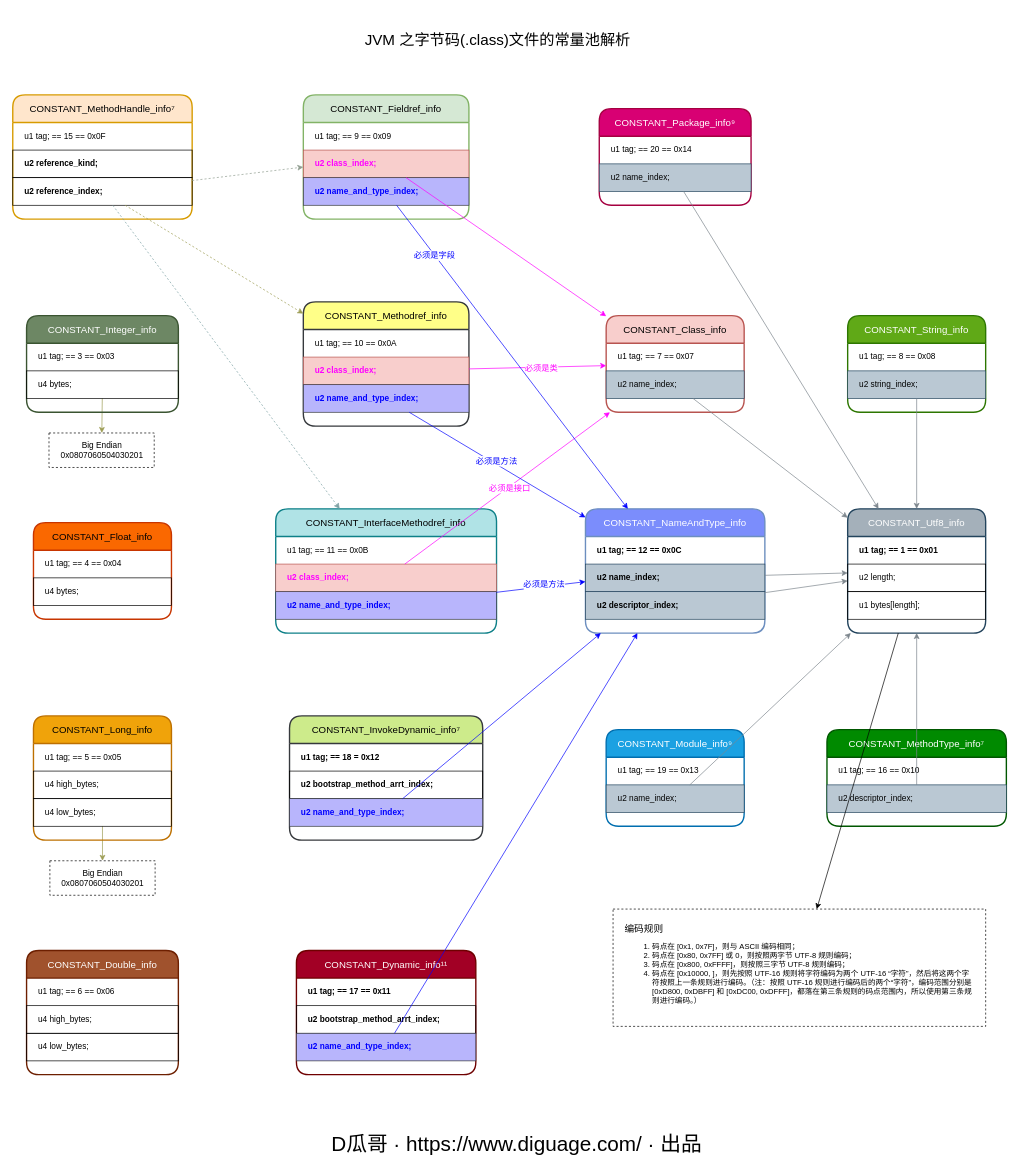
Above: page "常量池解析" (2 of 2) of static/diagrams/java-bytecode.drawio in diguage/www.diguage.com (draw.io), before the change. Source tidied: cells renumbered, new cells numbered last; positions are measured from the earlier drawing's top-left corner, leaving out a move shared by most shapes. Both pictures are drawn from the tidied source at 69%, with x=0, y=0 at pixel (12, 12).
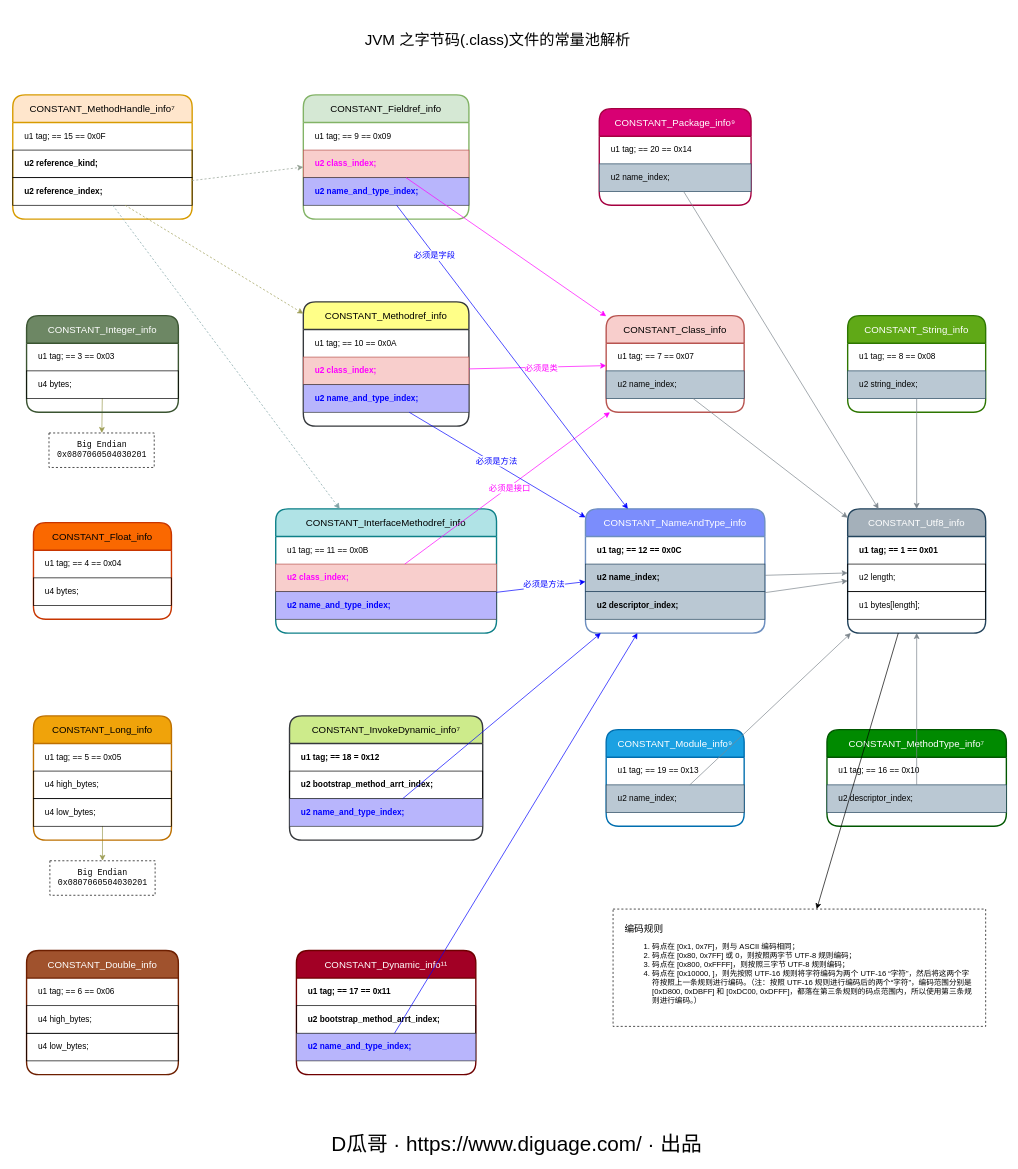
The same page after the edit.

Change to the diagram source:
```diff
@@
-    <mxCell id="124" value="&lt;font style=&quot;font-size: 12px;&quot;&gt;Big Endian&lt;br style=&quot;font-size: 12px;&quot;&gt;0x0807060504030201&lt;br style=&quot;font-size: 12px;&quot;&gt;&lt;/font&gt;" style="rounded=0;whiteSpace=wrap;html=1;fontFamily=JetBrains Mono;fontSize=12;fontColor=#000000;fillColor=#FFFFFF;dashed=1;shadow=0;glass=0;sketch=0;" parent="1" vertex="1">
+    <mxCell id="124" value="&lt;font style=&quot;font-size: 12px;&quot;&gt;Big Endian&lt;br style=&quot;font-size: 12px;&quot;&gt;0x0807060504030201&lt;br style=&quot;font-size: 12px;&quot;&gt;&lt;/font&gt;" style="rounded=0;whiteSpace=wrap;html=1;fontFamily=Courier New;fontSize=12;fontColor=#000000;fillColor=#FFFFFF;dashed=1;shadow=0;glass=0;sketch=0;" parent="1" vertex="1">
       <mxGeometry x="52.5" y="610" width="152.5" height="50" as="geometry" />
     </mxCell>
-    <mxCell id="125" value="&lt;font style=&quot;font-size: 12px;&quot;&gt;Big Endian&lt;br style=&quot;font-size: 12px;&quot;&gt;0x0807060504030201&lt;br style=&quot;font-size: 12px;&quot;&gt;&lt;/font&gt;" style="rounded=0;whiteSpace=wrap;html=1;fontFamily=JetBrains Mono;fontSize=12;fontColor=#000000;fillColor=#FFFFFF;dashed=1;shadow=0;glass=0;sketch=0;" parent="1" vertex="1">
+    <mxCell id="125" value="&lt;font style=&quot;font-size: 12px;&quot;&gt;Big Endian&lt;br style=&quot;font-size: 12px;&quot;&gt;0x0807060504030201&lt;br style=&quot;font-size: 12px;&quot;&gt;&lt;/font&gt;" style="rounded=0;whiteSpace=wrap;html=1;fontFamily=Courier New;fontSize=12;fontColor=#000000;fillColor=#FFFFFF;dashed=1;shadow=0;glass=0;sketch=0;" parent="1" vertex="1">
       <mxGeometry x="53.8" y="1230" width="152.5" height="50" as="geometry" />
     </mxCell>
```
